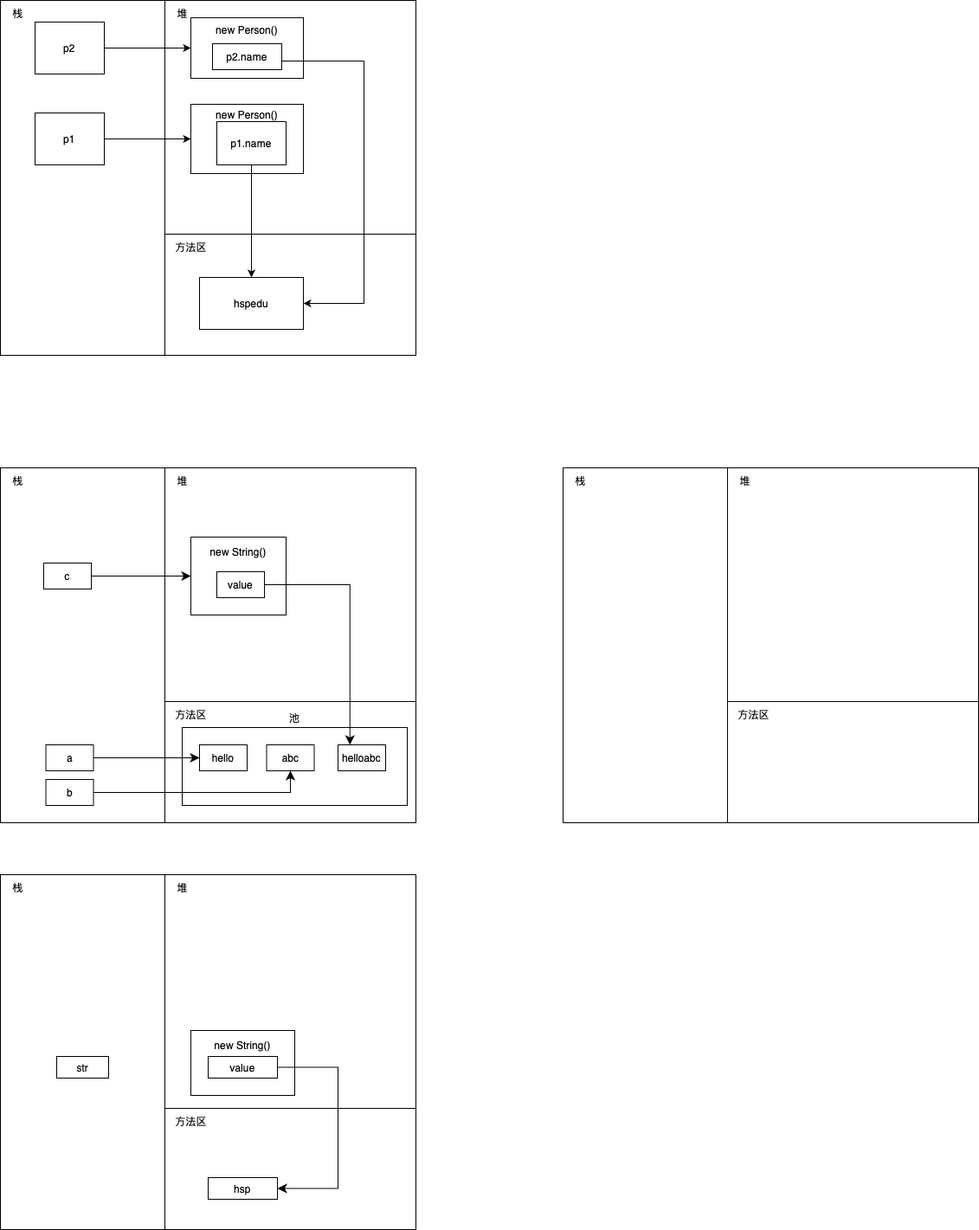
Earlier version of the draw.io export drawio/White.png (Stolorzs/Picgo). Source tidied: cells renumbered, new cells last; positions are measured from the earlier drawing's top-left corner, leaving out a move shared by most shapes.
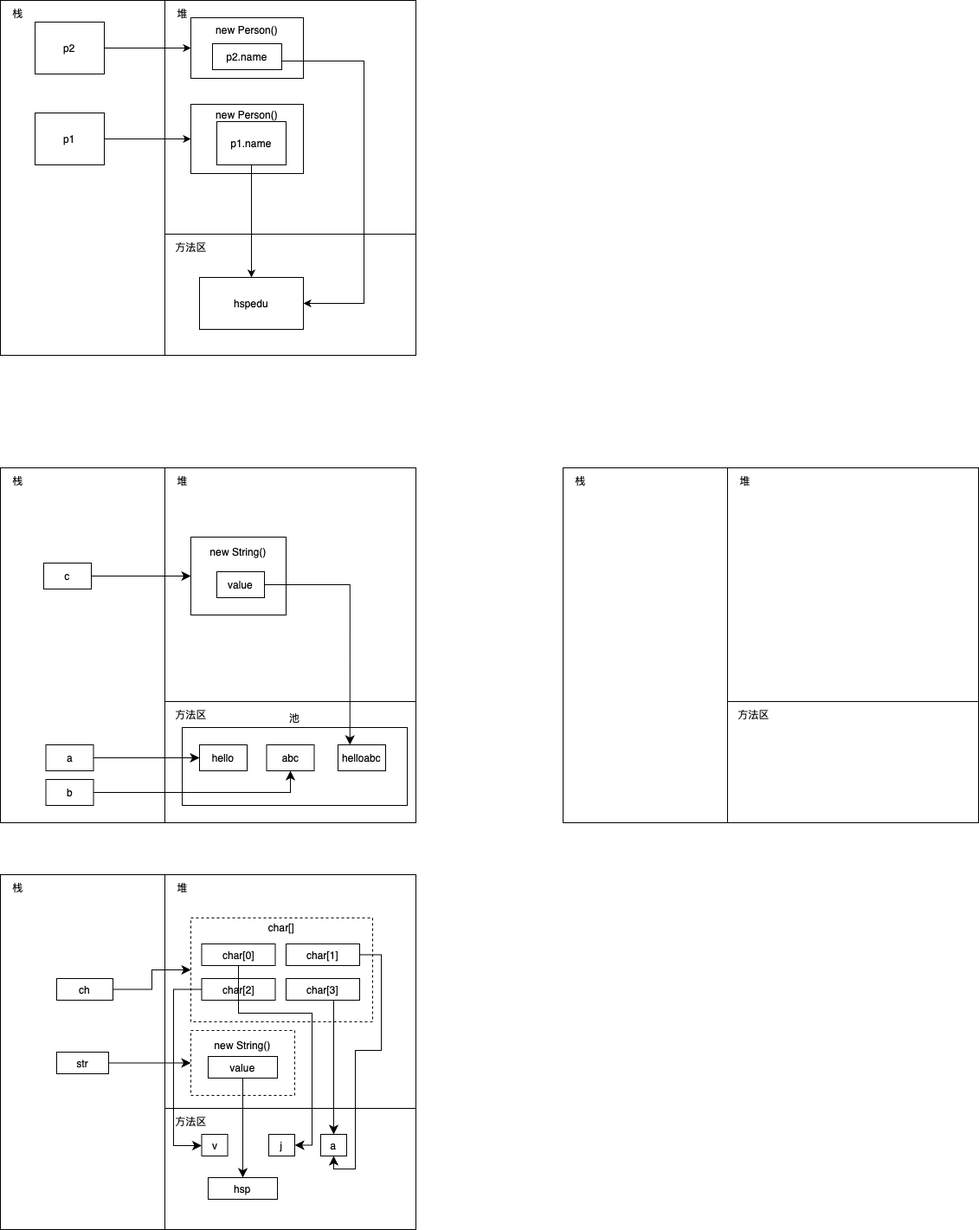
Later version of the same file.

Change to the diagram source:
```diff
@@ -163,10 +163,13 @@
     <mxCell id="53" value="helloabc" style="rounded=0;whiteSpace=wrap;html=1;labelBackgroundColor=none;" parent="1" vertex="1">
       <mxGeometry x="390" y="860" width="55" height="30" as="geometry" />
     </mxCell>
+    <mxCell id="59" style="edgeStyle=none;curved=1;rounded=0;jettySize=auto;html=1;fontSize=12;startSize=8;endSize=8;" parent="1" edge="1" source="54" target="55">
+      <mxGeometry relative="1" as="geometry" />
+    </mxCell>
     <mxCell id="54" value="str" style="rounded=0;whiteSpace=wrap;html=1;" parent="1" vertex="1">
-      <mxGeometry x="65" y="1220" width="60" height="25" as="geometry" />
+      <mxGeometry x="65" y="1215" width="60" height="25" as="geometry" />
     </mxCell>
-    <mxCell id="55" value="new String()&lt;div&gt;&lt;br&gt;&lt;/div&gt;&lt;div&gt;&lt;br&gt;&lt;/div&gt;&lt;div&gt;&lt;br&gt;&lt;/div&gt;" style="rounded=0;whiteSpace=wrap;html=1;" parent="1" vertex="1">
+    <mxCell id="55" value="new String()&lt;div&gt;&lt;br&gt;&lt;/div&gt;&lt;div&gt;&lt;br&gt;&lt;/div&gt;&lt;div&gt;&lt;br&gt;&lt;/div&gt;" style="rounded=0;whiteSpace=wrap;html=1;dashed=1;" parent="1" vertex="1">
       <mxGeometry x="220" y="1190" width="120" height="75" as="geometry" />
     </mxCell>
     <mxCell id="56" value="hsp" style="rounded=0;whiteSpace=wrap;html=1;" parent="1" vertex="1">
@@ -175,13 +178,79 @@
     <mxCell id="57" style="edgeStyle=orthogonalEdgeStyle;rounded=0;jettySize=auto;html=1;fontSize=12;startSize=8;endSize=8;" parent="1" edge="1" source="58" target="56">
       <mxGeometry relative="1" as="geometry">
         <Array as="points">
-          <mxPoint x="390" y="1232.5" />
-          <mxPoint x="390" y="1372.5" />
+          <mxPoint x="280" y="1300" />
+          <mxPoint x="280" y="1300" />
         </Array>
       </mxGeometry>
     </mxCell>
     <mxCell id="58" value="value" style="rounded=0;whiteSpace=wrap;html=1;" parent="1" vertex="1">
       <mxGeometry x="240" y="1220" width="80" height="25" as="geometry" />
     </mxCell>
+    <mxCell id="60" style="edgeStyle=orthogonalEdgeStyle;rounded=0;jettySize=auto;html=1;fontSize=12;startSize=8;endSize=8;" parent="1" edge="1" source="61" target="62">
+      <mxGeometry relative="1" as="geometry" />
+    </mxCell>
+    <mxCell id="61" value="ch" style="rounded=0;whiteSpace=wrap;html=1;" parent="1" vertex="1">
+      <mxGeometry x="65" y="1130" width="65" height="25" as="geometry" />
+    </mxCell>
+    <mxCell id="62" value="char[]&lt;div&gt;&lt;br&gt;&lt;/div&gt;&lt;div&gt;&lt;br&gt;&lt;/div&gt;&lt;div&gt;&lt;br&gt;&lt;/div&gt;&lt;div&gt;&lt;br&gt;&lt;/div&gt;&lt;div&gt;&lt;br&gt;&lt;/div&gt;&lt;div&gt;&lt;br&gt;&lt;/div&gt;&lt;div&gt;&lt;br&gt;&lt;/div&gt;" style="rounded=0;whiteSpace=wrap;html=1;dashed=1;" parent="1" vertex="1">
+      <mxGeometry x="220" y="1060" width="210" height="120" as="geometry" />
+    </mxCell>
+    <mxCell id="63" value="j" style="rounded=0;whiteSpace=wrap;html=1;" parent="1" vertex="1">
+      <mxGeometry x="310" y="1310" width="30" height="25" as="geometry" />
+    </mxCell>
+    <mxCell id="64" value="a" style="rounded=0;whiteSpace=wrap;html=1;" parent="1" vertex="1">
+      <mxGeometry x="370" y="1310" width="30" height="25" as="geometry" />
+    </mxCell>
+    <mxCell id="65" value="v" style="rounded=0;whiteSpace=wrap;html=1;" parent="1" vertex="1">
+      <mxGeometry x="232.5" y="1310" width="30" height="25" as="geometry" />
+    </mxCell>
+    <mxCell id="66" value="char[0]" style="rounded=0;whiteSpace=wrap;html=1;" parent="1" vertex="1">
+      <mxGeometry x="232.5" y="1090" width="85" height="25" as="geometry" />
+    </mxCell>
+    <mxCell id="67" style="edgeStyle=orthogonalEdgeStyle;rounded=0;jettySize=auto;html=1;entryX=0.5;entryY=1;entryDx=0;entryDy=0;fontSize=12;startSize=8;endSize=8;" parent="1" edge="1" source="68" target="64">
+      <mxGeometry relative="1" as="geometry">
+        <Array as="points">
+          <mxPoint x="440" y="1103" />
+          <mxPoint x="440" y="1213" />
+          <mxPoint x="410" y="1213" />
+          <mxPoint x="410" y="1350" />
+          <mxPoint x="385" y="1350" />
+        </Array>
+      </mxGeometry>
+    </mxCell>
+    <mxCell id="68" value="char[1]" style="rounded=0;whiteSpace=wrap;html=1;" parent="1" vertex="1">
+      <mxGeometry x="330" y="1090" width="85" height="25" as="geometry" />
+    </mxCell>
+    <mxCell id="69" style="edgeStyle=orthogonalEdgeStyle;rounded=0;jettySize=auto;html=1;fontSize=12;startSize=8;endSize=8;" parent="1" edge="1" source="70" target="65">
+      <mxGeometry relative="1" as="geometry">
+        <Array as="points">
+          <mxPoint x="200" y="1143" />
+          <mxPoint x="200" y="1323" />
+        </Array>
+      </mxGeometry>
+    </mxCell>
+    <mxCell id="70" value="char[2]" style="rounded=0;whiteSpace=wrap;html=1;" parent="1" vertex="1">
+      <mxGeometry x="232.5" y="1130" width="85" height="25" as="geometry" />
+    </mxCell>
+    <mxCell id="71" style="edgeStyle=orthogonalEdgeStyle;rounded=0;jettySize=auto;html=1;fontSize=12;startSize=8;endSize=8;" parent="1" edge="1" source="72" target="64">
+      <mxGeometry relative="1" as="geometry">
+        <Array as="points">
+          <mxPoint x="385" y="1200" />
+          <mxPoint x="385" y="1200" />
+        </Array>
+      </mxGeometry>
+    </mxCell>
+    <mxCell id="72" value="char[3]" style="rounded=0;whiteSpace=wrap;html=1;" parent="1" vertex="1">
+      <mxGeometry x="330" y="1130" width="85" height="25" as="geometry" />
+    </mxCell>
+    <mxCell id="73" style="edgeStyle=orthogonalEdgeStyle;rounded=0;jettySize=auto;html=1;entryX=1;entryY=0.5;entryDx=0;entryDy=0;fontSize=12;startSize=8;endSize=8;" parent="1" edge="1" source="66" target="63">
+      <mxGeometry relative="1" as="geometry">
+        <Array as="points">
+          <mxPoint x="275" y="1170" />
+          <mxPoint x="360" y="1170" />
+          <mxPoint x="360" y="1323" />
+        </Array>
+      </mxGeometry>
+    </mxCell>
   </root>
 </mxGraphModel>
```
